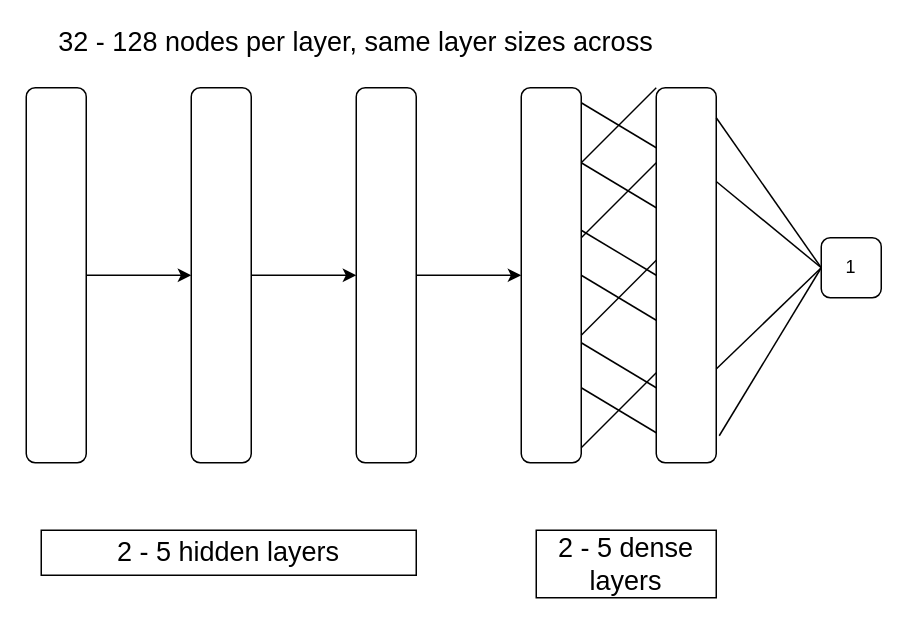
Above: page "Page-1" (1 of 2) of Presentation.drawio in airoscar/3ShadesML (draw.io), before the change. Source tidied: cells renumbered, new cells numbered last; positions are measured from the earlier drawing's top-left corner, leaving out a move shared by most shapes. Both pictures are drawn from the tidied source at 150%, with x=0, y=0 at pixel (26, 27).
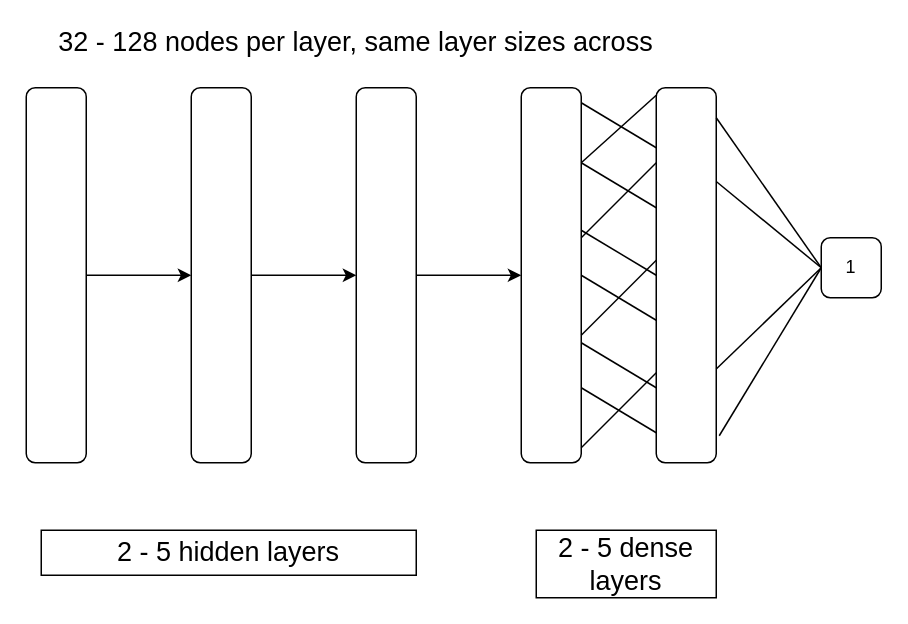
The same page after the edit.

The change refers to these unchanged cells:
```xml
<mxCell id="8" style="rounded=1;whiteSpace=wrap;html=1;" parent="1" vertex="1">
  <mxGeometry x="420" y="40" width="40" height="250" as="geometry" />
</mxCell>
```

Diff of the diagram source:
```diff
@@
-    <mxCell id="10" style="endArrow=none;html=1;" parent="1" edge="1">
+    <mxCell id="10" style="endArrow=none;html=1;entryX=0;entryY=0.02;entryDx=0;entryDy=0;entryPerimeter=0;" parent="1" edge="1" target="8">
       <mxGeometry relative="1" as="geometry">
         <mxPoint x="370" y="90" as="sourcePoint" />
-        <mxPoint x="420" y="40" as="targetPoint" />
       </mxGeometry>
     </mxCell>
```
